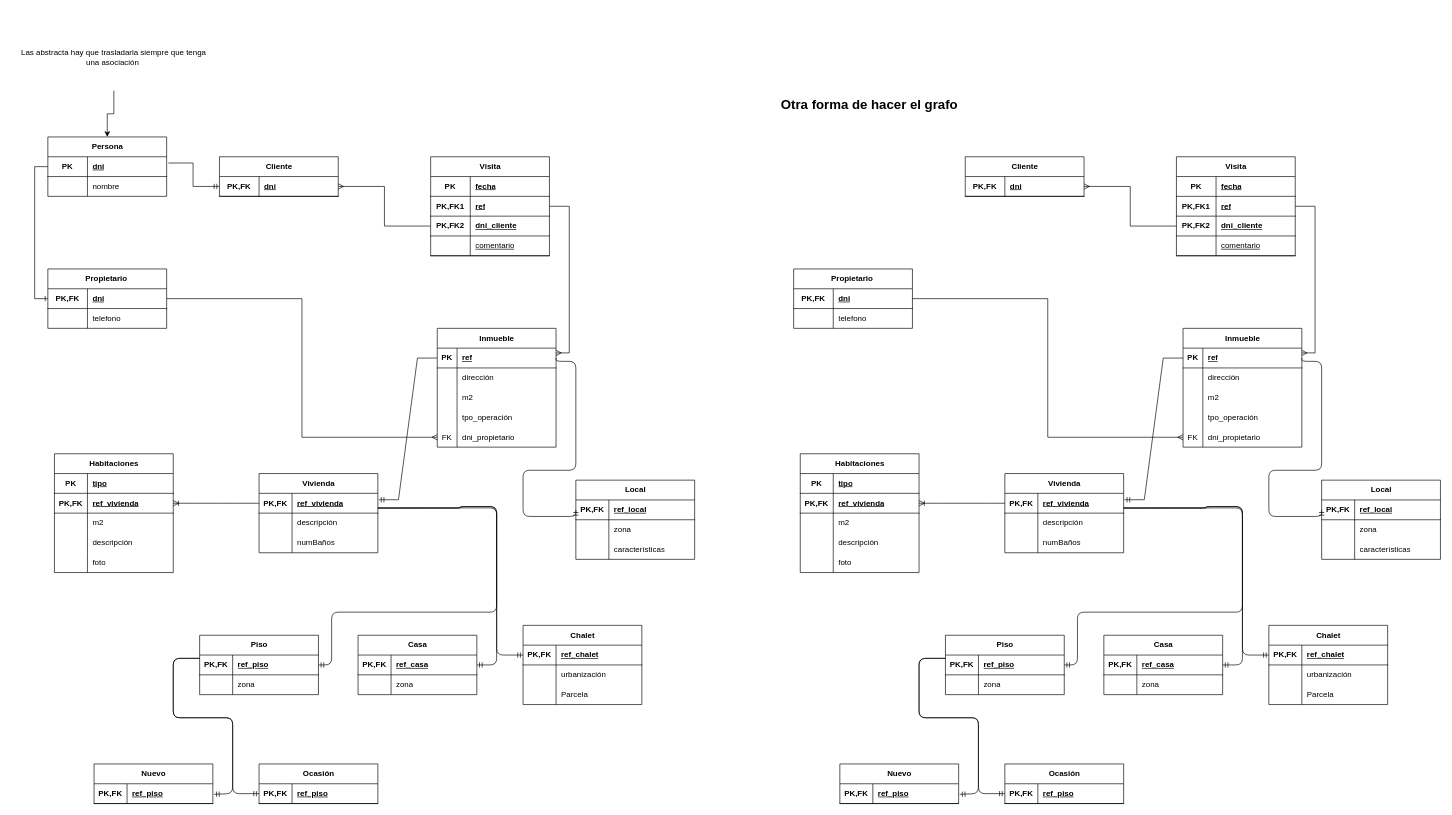
diazstdav24-ui/BDD keeps this draw.io diagram as T7/ejercicio6.drawio. Above is the earlier version. Source tidied: cells renumbered, new cells numbered last; positions are measured from the earlier drawing's top-left corner, leaving out a move shared by most shapes. Both pictures are drawn from the tidied source at 66%, with x=0, y=0 at pixel (18, 24).
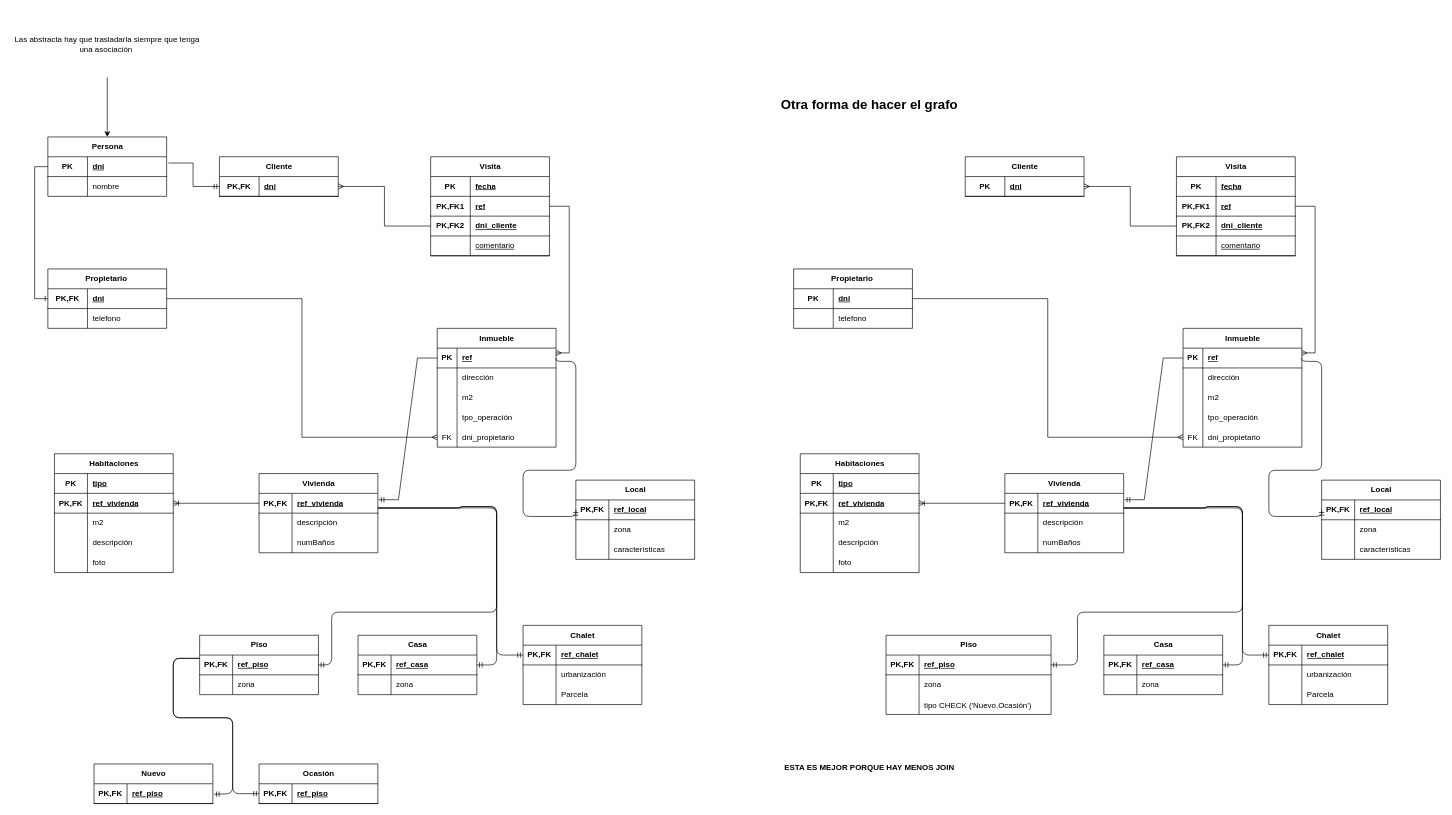
Above is the later version.

The change refers to these unchanged cells:
```xml
<mxCell id="240" style="shape=tableRow;horizontal=0;startSize=0;swimlaneHead=0;swimlaneBody=0;fillColor=none;points=[[0,0.5],[1,0.5]];portConstraint=eastwest;top=0;left=0;right=0;bottom=1;" parent="239" vertex="1">
  <mxGeometry y="30" width="180" height="30" as="geometry" />
</mxCell>
<mxCell id="244" style="shape=tableRow;horizontal=0;startSize=0;swimlaneHead=0;swimlaneBody=0;fillColor=none;points=[[0,0.5],[1,0.5]];portConstraint=eastwest;top=0;left=0;right=0;bottom=1;" parent="243" vertex="1">
  <mxGeometry y="30" width="180" height="30" as="geometry" />
</mxCell>
```

Diff of the diagram source:
```diff
@@
     <mxCell id="131" value="Las abstracta hay que trasladarla siempre que tenga una asociación&amp;nbsp;" style="text;html=1;whiteSpace=wrap;strokeColor=none;fillColor=none;align=center;verticalAlign=middle;rounded=0;" parent="1" vertex="1">
-      <mxGeometry width="290" height="100" as="geometry" />
+      <mxGeometry x="-10" y="-20" width="290" height="100" as="geometry" />
     </mxCell>
@@
     <mxCell id="159" value="Piso" style="shape=table;startSize=30;childLayout=tableLayout;rowLines=0;fontStyle=1;align=center;html=1;" parent="1" vertex="1">
-      <mxGeometry x="1405" y="925" width="180" height="90" as="geometry" />
+      <mxGeometry x="1315" y="925" width="250" height="120" as="geometry" />
     </mxCell>
     <mxCell id="160" style="shape=tableRow;horizontal=0;startSize=0;swimlaneHead=0;swimlaneBody=0;fillColor=none;points=[[0,0.5],[1,0.5]];portConstraint=eastwest;top=0;left=0;right=0;bottom=1;" parent="159" vertex="1">
-      <mxGeometry y="30" width="180" height="30" as="geometry" />
+      <mxGeometry y="30" width="250" height="30" as="geometry" />
     </mxCell>
@@
     <mxCell id="162" value="ref_piso" style="shape=partialRectangle;fillColor=none;top=0;left=0;bottom=0;right=0;align=left;spacingLeft=6;fontStyle=5;overflow=hidden;whiteSpace=wrap;html=1;" parent="160" vertex="1">
-      <mxGeometry x="50" width="130" height="30" as="geometry" />
+      <mxGeometry x="50" width="200" height="30" as="geometry" />
     </mxCell>
     <mxCell id="163" style="shape=tableRow;horizontal=0;startSize=0;swimlaneHead=0;swimlaneBody=0;fillColor=none;top=0;left=0;right=0;bottom=0;" parent="159" vertex="1">
-      <mxGeometry y="60" width="180" height="30" as="geometry" />
+      <mxGeometry y="60" width="250" height="30" as="geometry" />
     </mxCell>
@@
     <mxCell id="165" value="zona" style="shape=partialRectangle;fillColor=none;top=0;left=0;bottom=0;right=0;align=left;spacingLeft=6;overflow=hidden;whiteSpace=wrap;html=1;" parent="163" vertex="1">
-      <mxGeometry x="50" width="130" height="30" as="geometry" />
+      <mxGeometry x="50" width="200" height="30" as="geometry" />
     </mxCell>
+    <mxCell id="252" style="shape=tableRow;horizontal=0;startSize=0;swimlaneHead=0;swimlaneBody=0;fillColor=none;top=0;left=0;right=0;bottom=0;" parent="159" vertex="1">
+      <mxGeometry y="90" width="250" height="30" as="geometry" />
+    </mxCell>
+    <mxCell id="253" style="shape=partialRectangle;fillColor=none;top=0;left=0;bottom=0;right=0;overflow=hidden;" parent="252" vertex="1">
+      <mxGeometry width="50" height="30" as="geometry" />
+    </mxCell>
+    <mxCell id="254" value="tipo CHECK ('Nuevo,Ocasión')" style="shape=partialRectangle;fillColor=none;top=0;left=0;bottom=0;right=0;align=left;spacingLeft=6;overflow=hidden;" parent="252" vertex="1">
+      <mxGeometry x="50" width="200" height="30" as="geometry" />
+    </mxCell>
@@
-    <mxCell id="186" value="Nuevo" style="shape=table;startSize=30;childLayout=tableLayout;rowLines=0;fontStyle=1;align=center;html=1;" parent="1" vertex="1">
-      <mxGeometry x="1245" y="1120" width="180" height="60" as="geometry" />
-    </mxCell>
-    <mxCell id="187" style="shape=tableRow;horizontal=0;startSize=0;swimlaneHead=0;swimlaneBody=0;fillColor=none;points=[[0,0.5],[1,0.5]];portConstraint=eastwest;top=0;left=0;right=0;bottom=1;" parent="186" vertex="1">
-      <mxGeometry y="30" width="180" height="30" as="geometry" />
-    </mxCell>
-    <mxCell id="188" value="PK,FK" style="shape=partialRectangle;fillColor=none;top=0;left=0;bottom=0;right=0;fontStyle=1;overflow=hidden;whiteSpace=wrap;html=1;" parent="187" vertex="1">
-      <mxGeometry width="50" height="30" as="geometry" />
-    </mxCell>
-    <mxCell id="189" value="ref_piso" style="shape=partialRectangle;fillColor=none;top=0;left=0;bottom=0;right=0;align=left;spacingLeft=6;fontStyle=5;overflow=hidden;whiteSpace=wrap;html=1;" parent="187" vertex="1">
-      <mxGeometry x="50" width="130" height="30" as="geometry" />
-    </mxCell>
-    <mxCell id="190" value="Ocasión" style="shape=table;startSize=30;childLayout=tableLayout;rowLines=0;fontStyle=1;align=center;html=1;" parent="1" vertex="1">
-      <mxGeometry x="1495" y="1120" width="180" height="60" as="geometry" />
-    </mxCell>
-    <mxCell id="191" style="shape=tableRow;horizontal=0;startSize=0;swimlaneHead=0;swimlaneBody=0;fillColor=none;points=[[0,0.5],[1,0.5]];portConstraint=eastwest;top=0;left=0;right=0;bottom=1;" parent="190" vertex="1">
-      <mxGeometry y="30" width="180" height="30" as="geometry" />
-    </mxCell>
-    <mxCell id="192" value="PK,FK" style="shape=partialRectangle;fillColor=none;top=0;left=0;bottom=0;right=0;fontStyle=1;overflow=hidden;whiteSpace=wrap;html=1;" parent="191" vertex="1">
-      <mxGeometry width="50" height="30" as="geometry" />
-    </mxCell>
-    <mxCell id="193" value="ref_piso" style="shape=partialRectangle;fillColor=none;top=0;left=0;bottom=0;right=0;align=left;spacingLeft=6;fontStyle=5;overflow=hidden;whiteSpace=wrap;html=1;" parent="191" vertex="1">
-      <mxGeometry x="50" width="130" height="30" as="geometry" />
-    </mxCell>
-    <mxCell id="194" style="edgeStyle=orthogonalEdgeStyle;rounded=1;jettySize=auto;html=1;exitX=0;exitY=0.5;exitDx=0;exitDy=0;entryX=0;entryY=0.167;entryDx=0;entryDy=0;entryPerimeter=0;endArrow=none;endFill=0;startArrow=ERmandOne;startFill=0;curved=0;" parent="1" edge="1" source="191" target="160">
-      <mxGeometry relative="1" as="geometry">
-        <Array as="points">
-          <mxPoint x="1455" y="1165" />
-          <mxPoint x="1455" y="1050" />
-          <mxPoint x="1365" y="1050" />
-          <mxPoint x="1365" y="960" />
-        </Array>
-      </mxGeometry>
-    </mxCell>
-    <mxCell id="195" style="edgeStyle=orthogonalEdgeStyle;rounded=1;jettySize=auto;html=1;exitX=1.009;exitY=0.532;exitDx=0;exitDy=0;endArrow=none;endFill=0;startArrow=ERmandOne;startFill=0;exitPerimeter=0;curved=0;" parent="1" edge="1" source="187">
-      <mxGeometry relative="1" as="geometry">
-        <mxPoint x="1405" y="960" as="targetPoint" />
-        <Array as="points">
-          <mxPoint x="1455" y="1165" />
-          <mxPoint x="1455" y="1050" />
-          <mxPoint x="1365" y="1050" />
-          <mxPoint x="1365" y="960" />
-        </Array>
-      </mxGeometry>
-    </mxCell>
@@
-    <mxCell id="241" value="PK,FK" style="shape=partialRectangle;fillColor=none;top=0;left=0;bottom=0;right=0;fontStyle=1;overflow=hidden;whiteSpace=wrap;html=1;" parent="240" vertex="1">
+    <mxCell id="241" value="PK" style="shape=partialRectangle;fillColor=none;top=0;left=0;bottom=0;right=0;fontStyle=1;overflow=hidden;whiteSpace=wrap;html=1;" parent="240" vertex="1">
       <mxGeometry width="60" height="30" as="geometry" />
     </mxCell>
@@
-    <mxCell id="245" value="PK,FK" style="shape=partialRectangle;fillColor=none;top=0;left=0;bottom=0;right=0;fontStyle=1;overflow=hidden;whiteSpace=wrap;html=1;" parent="244" vertex="1">
+    <mxCell id="245" value="PK" style="shape=partialRectangle;fillColor=none;top=0;left=0;bottom=0;right=0;fontStyle=1;overflow=hidden;whiteSpace=wrap;html=1;" parent="244" vertex="1">
       <mxGeometry width="60" height="30" as="geometry" />
     </mxCell>
@@
+    <mxCell id="255" value="&lt;b&gt;ESTA ES MEJOR PORQUE HAY MENOS JOIN&lt;/b&gt;" style="text;html=1;whiteSpace=wrap;strokeColor=none;fillColor=none;align=center;verticalAlign=middle;rounded=0;" parent="1" vertex="1">
+      <mxGeometry x="1100" y="1070" width="380" height="110" as="geometry" />
+    </mxCell>
```
